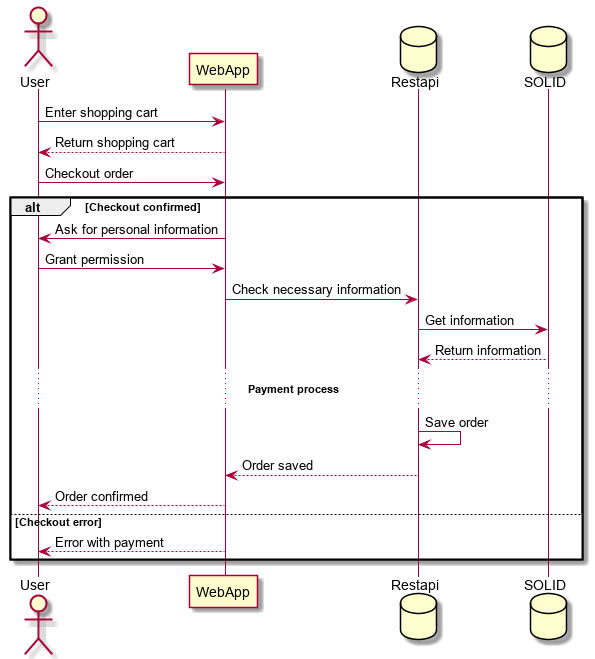
Earlier version of the PlantUML export images/Sequence diagram_Confirm_purchase.png (Arquisoft/dede_es5a).
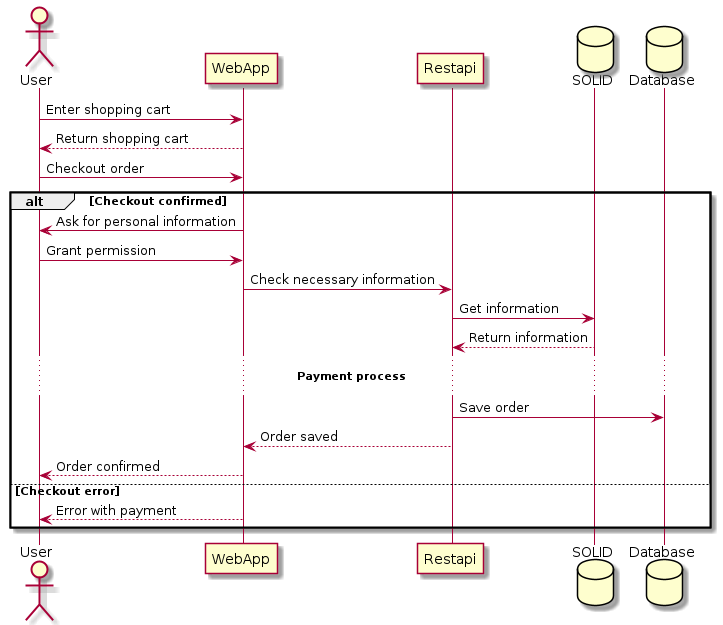
The same diagram one commit later.

The edit, as a diff of the source:
```diff
@@ -1,8 +1,9 @@
 @startuml
 actor User
 participant WebApp
-database Restapi
+participant Restapi
 database SOLID
+database Database
 User-> WebApp: Enter shopping cart
 User<-- WebApp: Return shopping cart
 User-> WebApp: Checkout order
@@ -13,7 +14,7 @@
     Restapi-> SOLID: Get information
     Restapi<-- SOLID: Return information
 ... **Payment process** ...
-    Restapi-> Restapi: Save order
+    Restapi-> Database: Save order
     Restapi--> WebApp: Order saved
     WebApp--> User: Order confirmed
 else Checkout error
```
